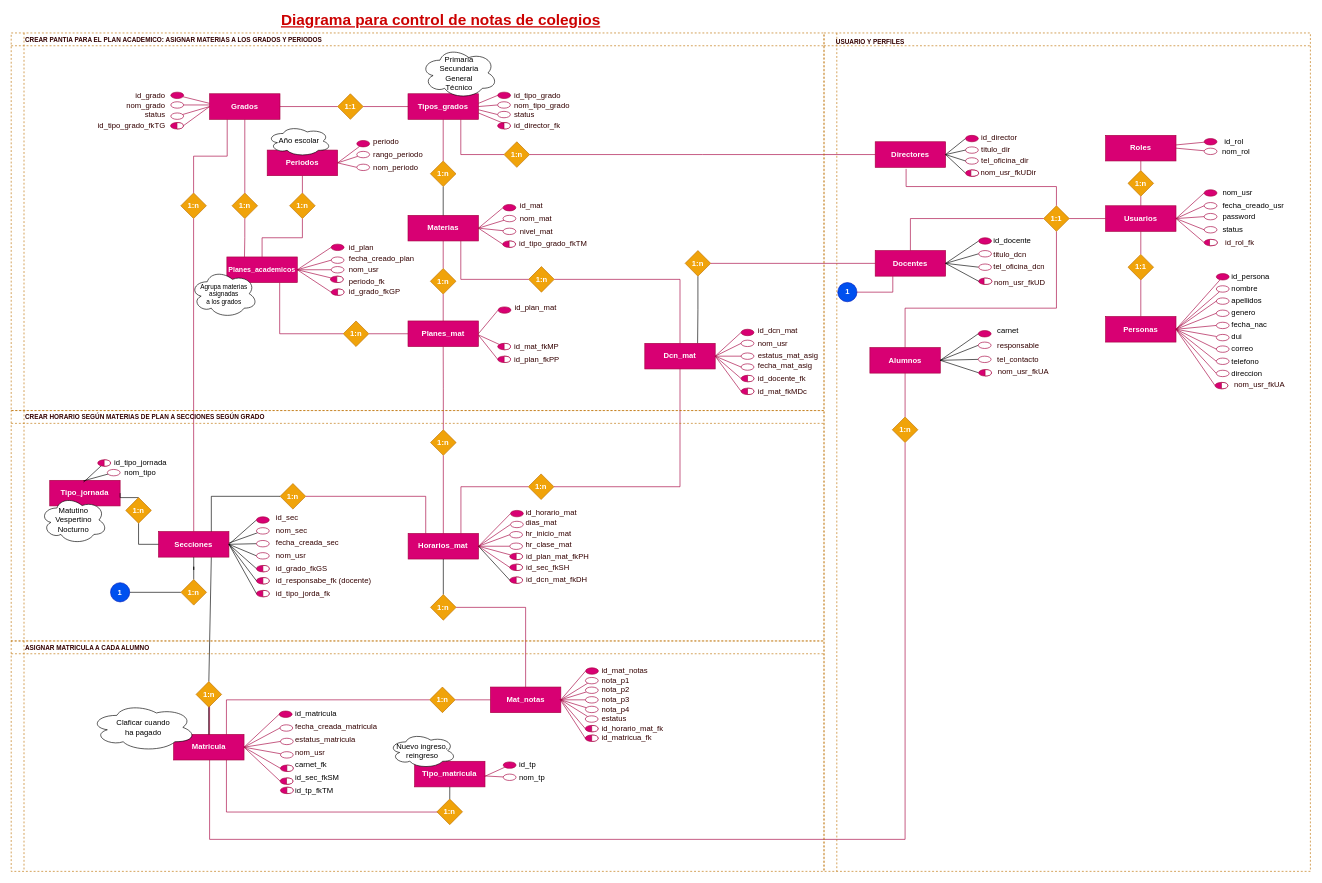
Before: dsiw2_diagrama_notas.drawio in w-vasquez/dsiw2, a draw.io diagram. Source tidied: cells renumbered, new cells numbered last; positions are measured from the earlier drawing's top-left corner, leaving out a move shared by most shapes. Both pictures are drawn from the tidied source at 64%, with x=0, y=0 at pixel (11, 13).
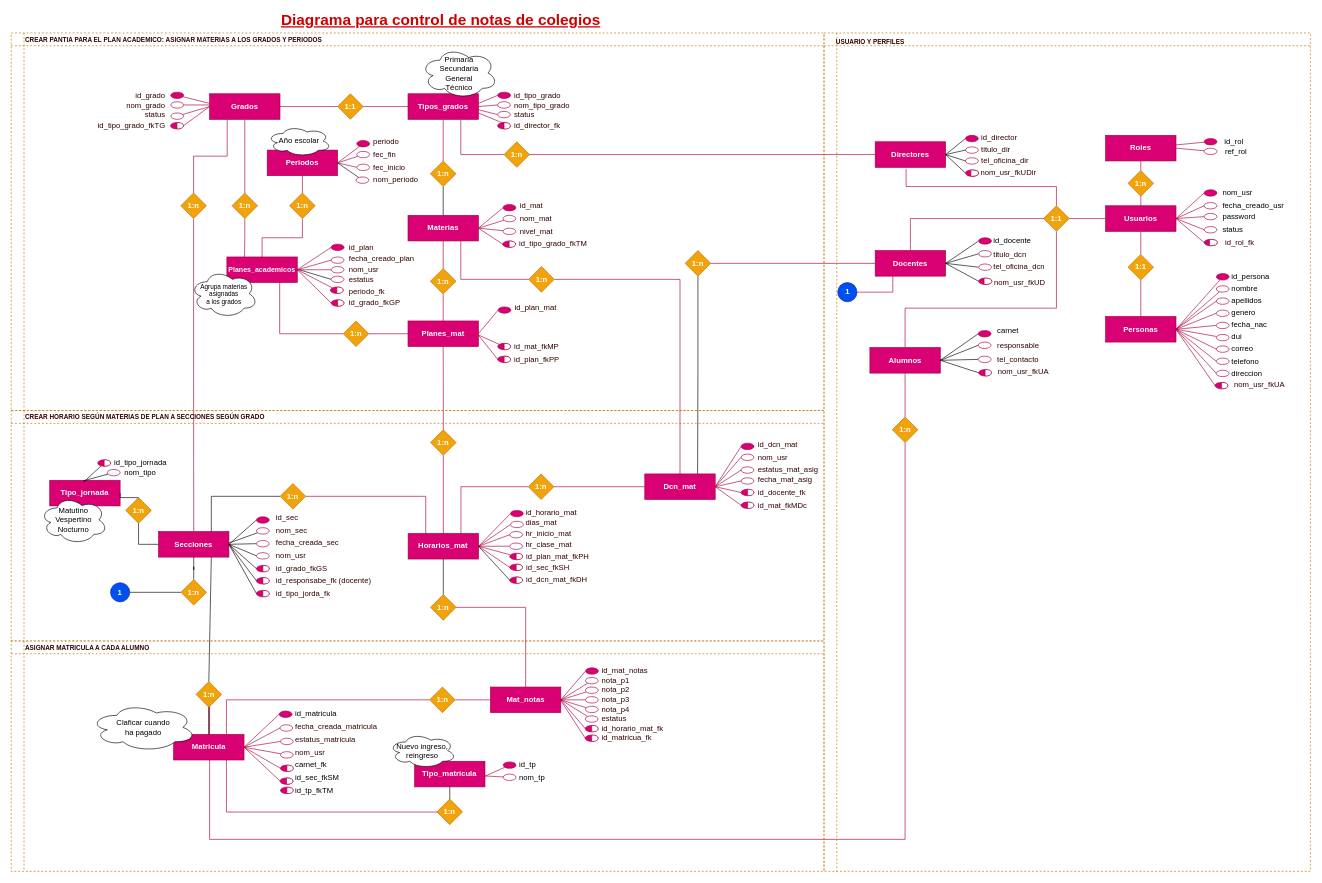
After the change.

Unchanged cells that the change refers to:
```xml
<mxCell id="25" value="Periodos" style="rounded=0;whiteSpace=wrap;html=1;fillColor=#d80073;strokeColor=#A50040;fontColor=#ffffff;fontStyle=1;" parent="1" vertex="1">
  <mxGeometry x="400" y="213" width="110" height="40" as="geometry" />
</mxCell>
<mxCell id="257" value="1:n" style="rhombus;whiteSpace=wrap;html=1;labelBackgroundColor=none;fontSize=12;fontColor=#ffffff;align=center;fillColor=#f0a30a;strokeColor=#BD7000;fontStyle=1;" parent="1" vertex="1">
  <mxGeometry x="808" y="719" width="40" height="40" as="geometry" />
</mxCell>
```

Diff of the diagram source:
```diff
@@
-    <mxCell id="10" value="nom_rol" style="text;html=1;strokeColor=none;fillColor=none;align=center;verticalAlign=middle;whiteSpace=wrap;rounded=0;" parent="1" vertex="1">
+    <mxCell id="10" value="ref_rol" style="text;html=1;strokeColor=none;fillColor=none;align=center;verticalAlign=middle;whiteSpace=wrap;rounded=0;" parent="1" vertex="1">
       <mxGeometry x="1894" y="205" width="40" height="20" as="geometry" />
     </mxCell>
@@
     <mxCell id="46" value="Dcn_mat" style="rounded=0;whiteSpace=wrap;html=1;fillColor=#d80073;strokeColor=#A50040;fontColor=#ffffff;fontStyle=1;" parent="1" vertex="1">
-      <mxGeometry x="990" y="515" width="110" height="40" as="geometry" />
+      <mxGeometry x="990" y="719" width="110" height="40" as="geometry" />
     </mxCell>
@@
-    <mxCell id="156" value="rango_periodo" style="text;html=1;strokeColor=none;fillColor=none;align=left;verticalAlign=middle;whiteSpace=wrap;rounded=0;labelBackgroundColor=none;fontSize=12;textDirection=ltr;fontColor=#330000;" parent="1" vertex="1">
+    <mxCell id="156" value="fec_fin" style="text;html=1;strokeColor=none;fillColor=none;align=left;verticalAlign=middle;whiteSpace=wrap;rounded=0;labelBackgroundColor=none;fontSize=12;textDirection=ltr;fontColor=#330000;" parent="1" vertex="1">
       <mxGeometry x="564" y="210" width="87.5" height="20" as="geometry" />
     </mxCell>
@@
     <mxCell id="158" value="nom_periodo" style="text;html=1;strokeColor=none;fillColor=none;align=left;verticalAlign=middle;whiteSpace=wrap;rounded=0;labelBackgroundColor=none;fontSize=12;textDirection=ltr;fontColor=#330000;" parent="1" vertex="1">
-      <mxGeometry x="564" y="230" width="87.5" height="20" as="geometry" />
+      <mxGeometry x="564" y="250" width="87.5" height="20" as="geometry" />
     </mxCell>
@@
     <mxCell id="172" value="periodo_fk" style="text;html=1;strokeColor=none;fillColor=none;align=left;verticalAlign=middle;whiteSpace=wrap;rounded=0;labelBackgroundColor=none;fontSize=12;textDirection=ltr;fontColor=#330000;" parent="1" vertex="1">
-      <mxGeometry x="526" y="408" width="87.5" height="20" as="geometry" />
+      <mxGeometry x="526" y="425" width="87.5" height="20" as="geometry" />
     </mxCell>
     <mxCell id="173" value="id_grado_fkGP" style="text;html=1;strokeColor=none;fillColor=none;align=left;verticalAlign=middle;whiteSpace=wrap;rounded=0;labelBackgroundColor=none;fontSize=12;textDirection=ltr;fontColor=#330000;" parent="1" vertex="1">
-      <mxGeometry x="526" y="425" width="87.5" height="20" as="geometry" />
+      <mxGeometry x="526" y="442" width="87.5" height="20" as="geometry" />
     </mxCell>
     <mxCell id="174" style="group;labelBackgroundColor=none;fontSize=12;fontColor=#330000;align=center;flipV=0;" parent="1" vertex="1">
-      <mxGeometry x="498.8" y="410" width="20" height="10" as="geometry" />
+      <mxGeometry x="498.8" y="427" width="20" height="10" as="geometry" />
     </mxCell>
@@
     <mxCell id="178" style="group;labelBackgroundColor=none;fontSize=12;fontColor=#330000;align=center;flipV=0;" parent="1" vertex="1">
-      <mxGeometry x="500" y="430" width="20" height="10" as="geometry" />
+      <mxGeometry x="500" y="447" width="20" height="10" as="geometry" />
     </mxCell>
@@
     <mxCell id="232" style="ellipse;whiteSpace=wrap;html=1;strokeColor=#A50040;fontColor=#ffffff;fillColor=#d80073;labelBackgroundColor=none;align=left;verticalAlign=middle;flipV=1;flipH=1;" parent="1" vertex="1">
-      <mxGeometry x="1140.5" y="493" width="20" height="10" as="geometry" />
+      <mxGeometry x="1140.5" y="671" width="20" height="10" as="geometry" />
     </mxCell>
     <mxCell id="233" value="id_dcn_mat" style="text;html=1;strokeColor=none;fillColor=none;align=left;verticalAlign=middle;whiteSpace=wrap;rounded=0;labelBackgroundColor=none;fontSize=12;textDirection=ltr;fontColor=#330000;" parent="1" vertex="1">
-      <mxGeometry x="1164.5" y="485" width="87.5" height="20" as="geometry" />
+      <mxGeometry x="1164.5" y="663" width="87.5" height="20" as="geometry" />
     </mxCell>
@@
     <mxCell id="235" style="ellipse;whiteSpace=wrap;html=1;strokeColor=#A50040;fontColor=#ffffff;fillColor=#FFFFFF;labelBackgroundColor=none;align=center;" parent="1" vertex="1">
-      <mxGeometry x="1140.5" y="510" width="20" height="10" as="geometry" />
+      <mxGeometry x="1140.5" y="688" width="20" height="10" as="geometry" />
     </mxCell>
     <mxCell id="236" value="nom_usr" style="text;html=1;strokeColor=none;fillColor=none;align=left;verticalAlign=middle;whiteSpace=wrap;rounded=0;labelBackgroundColor=none;fontSize=12;textDirection=ltr;fontColor=#330000;" parent="1" vertex="1">
-      <mxGeometry x="1164.5" y="505" width="87.5" height="20" as="geometry" />
+      <mxGeometry x="1164.5" y="683" width="87.5" height="20" as="geometry" />
     </mxCell>
@@
     <mxCell id="238" style="ellipse;whiteSpace=wrap;html=1;strokeColor=#A50040;fontColor=#ffffff;fillColor=#FFFFFF;labelBackgroundColor=none;align=center;" parent="1" vertex="1">
-      <mxGeometry x="1140.5" y="530" width="20" height="10" as="geometry" />
+      <mxGeometry x="1140.5" y="708" width="20" height="10" as="geometry" />
     </mxCell>
     <mxCell id="239" value="estatus_mat_asig" style="text;html=1;strokeColor=none;fillColor=none;align=left;verticalAlign=middle;whiteSpace=wrap;rounded=0;labelBackgroundColor=none;fontSize=12;textDirection=ltr;fontColor=#330000;" parent="1" vertex="1">
-      <mxGeometry x="1164.5" y="525" width="87.5" height="20" as="geometry" />
+      <mxGeometry x="1164.5" y="703" width="87.5" height="20" as="geometry" />
     </mxCell>
     <mxCell id="240" style="group;labelBackgroundColor=none;fontSize=12;fontColor=#330000;align=right;" parent="1" vertex="1">
-      <mxGeometry x="1140.5" y="565" width="20" height="10" as="geometry" />
+      <mxGeometry x="1140.5" y="743" width="20" height="10" as="geometry" />
     </mxCell>
@@
     <mxCell id="244" value="id_docente_fk" style="text;html=1;strokeColor=none;fillColor=none;align=left;verticalAlign=middle;whiteSpace=wrap;rounded=0;labelBackgroundColor=none;fontSize=12;textDirection=ltr;fontColor=#330000;" parent="1" vertex="1">
-      <mxGeometry x="1164.5" y="560" width="87.5" height="20" as="geometry" />
+      <mxGeometry x="1164.5" y="738" width="87.5" height="20" as="geometry" />
     </mxCell>
     <mxCell id="245" style="group;labelBackgroundColor=none;fontSize=12;fontColor=#330000;align=right;" parent="1" vertex="1">
-      <mxGeometry x="1140.5" y="585" width="20" height="10" as="geometry" />
+      <mxGeometry x="1140.5" y="763" width="20" height="10" as="geometry" />
     </mxCell>
@@
     <mxCell id="249" value="id_mat_fkMDc" style="text;html=1;strokeColor=none;fillColor=none;align=left;verticalAlign=middle;whiteSpace=wrap;rounded=0;labelBackgroundColor=none;fontSize=12;textDirection=ltr;fontColor=#330000;" parent="1" vertex="1">
-      <mxGeometry x="1164.5" y="580" width="87.5" height="20" as="geometry" />
+      <mxGeometry x="1164.5" y="758" width="87.5" height="20" as="geometry" />
     </mxCell>
@@
     <mxCell id="253" style="ellipse;whiteSpace=wrap;html=1;strokeColor=#A50040;fontColor=#ffffff;fillColor=#FFFFFF;labelBackgroundColor=none;align=center;flipV=0;" parent="1" vertex="1">
-      <mxGeometry x="1140.5" y="547" width="20" height="10" as="geometry" />
+      <mxGeometry x="1140.5" y="725" width="20" height="10" as="geometry" />
     </mxCell>
     <mxCell id="254" value="fecha_mat_asig" style="text;html=1;strokeColor=none;fillColor=none;align=left;verticalAlign=middle;whiteSpace=wrap;rounded=0;labelBackgroundColor=none;fontSize=12;textDirection=ltr;fontColor=#330000;" parent="1" vertex="1">
-      <mxGeometry x="1164.5" y="540" width="87.5" height="20" as="geometry" />
+      <mxGeometry x="1164.5" y="718" width="87.5" height="20" as="geometry" />
     </mxCell>
@@
-    <mxCell id="258" style="edgeStyle=orthogonalEdgeStyle;rounded=0;jettySize=auto;html=1;exitX=0.5;exitY=1;exitDx=0;exitDy=0;entryX=1;entryY=0.5;entryDx=0;entryDy=0;endArrow=none;endFill=0;fillColor=#d80073;strokeColor=#A50040;" parent="1" edge="1" source="46" target="257">
+    <mxCell id="258" style="edgeStyle=orthogonalEdgeStyle;rounded=0;jettySize=auto;html=1;exitX=0;exitY=0.5;exitDx=0;exitDy=0;entryX=1;entryY=0.5;entryDx=0;entryDy=0;endArrow=none;endFill=0;fillColor=#d80073;strokeColor=#A50040;" parent="1" edge="1" source="46" target="257">
       <mxGeometry relative="1" as="geometry" />
     </mxCell>
@@
+    <mxCell id="463" value="fec_inicio" style="text;html=1;strokeColor=none;fillColor=none;align=left;verticalAlign=middle;whiteSpace=wrap;rounded=0;labelBackgroundColor=none;fontSize=12;textDirection=ltr;fontColor=#330000;" parent="1" vertex="1">
+      <mxGeometry x="564" y="230" width="87.5" height="20" as="geometry" />
+    </mxCell>
+    <mxCell id="464" style="rounded=0;jettySize=auto;html=1;entryX=1;entryY=0.5;entryDx=0;entryDy=0;endArrow=none;endFill=0;" parent="1" edge="1" source="465" target="25">
+      <mxGeometry relative="1" as="geometry" />
+    </mxCell>
+    <mxCell id="465" style="ellipse;whiteSpace=wrap;html=1;strokeColor=#A50040;fontColor=#ffffff;fillColor=#FFFFFF;labelBackgroundColor=none;align=center;" parent="1" vertex="1">
+      <mxGeometry x="538.8" y="255" width="20" height="10" as="geometry" />
+    </mxCell>
+    <mxCell id="466" value="estatus" style="text;html=1;strokeColor=none;fillColor=none;align=left;verticalAlign=middle;whiteSpace=wrap;rounded=0;labelBackgroundColor=none;fontSize=12;textDirection=ltr;fontColor=#330000;" parent="1" vertex="1">
+      <mxGeometry x="526" y="405" width="87.5" height="20" as="geometry" />
+    </mxCell>
+    <mxCell id="467" style="edgeStyle=none;rounded=0;jettySize=auto;html=1;exitX=0;exitY=0.5;exitDx=0;exitDy=0;endArrow=none;endFill=0;" parent="1" edge="1" source="468">
+      <mxGeometry relative="1" as="geometry">
+        <mxPoint x="450" y="400" as="targetPoint" />
+      </mxGeometry>
+    </mxCell>
+    <mxCell id="468" style="ellipse;whiteSpace=wrap;html=1;strokeColor=#A50040;fontColor=#ffffff;fillColor=#FFFFFF;labelBackgroundColor=none;align=center;flipV=0;" parent="1" vertex="1">
+      <mxGeometry x="500" y="410" width="20" height="10" as="geometry" />
+    </mxCell>
```
